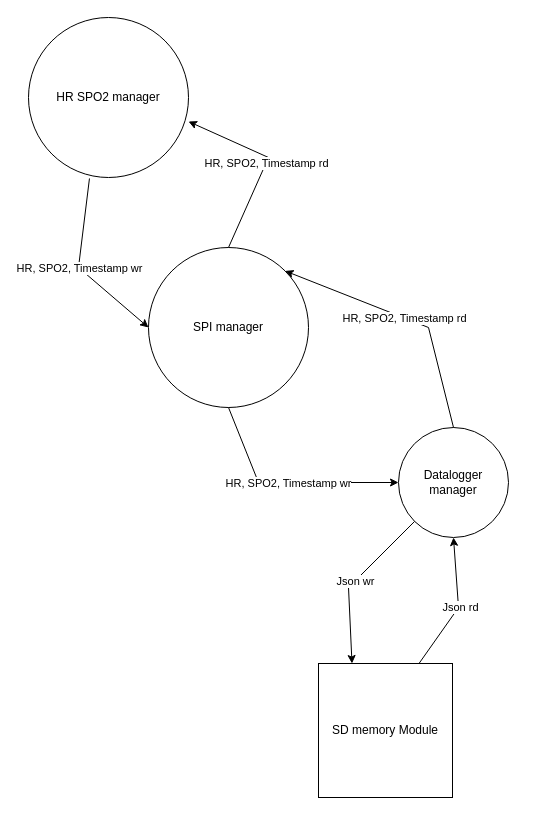
This is page "Level 2 - Datalogging" (4 of 5) of diagrams/PPG signal processing device STM32F411RE.drawio.xml from Tonyb94/PPG-Signal-Processing, a draw.io file, before an edit. Source tidied: cells renumbered, new cells numbered last; positions are measured from the earlier drawing's top-left corner, leaving out a move shared by most shapes. Both pictures are drawn from the tidied source at 100%, with x=0, y=0 at pixel (28, 17).
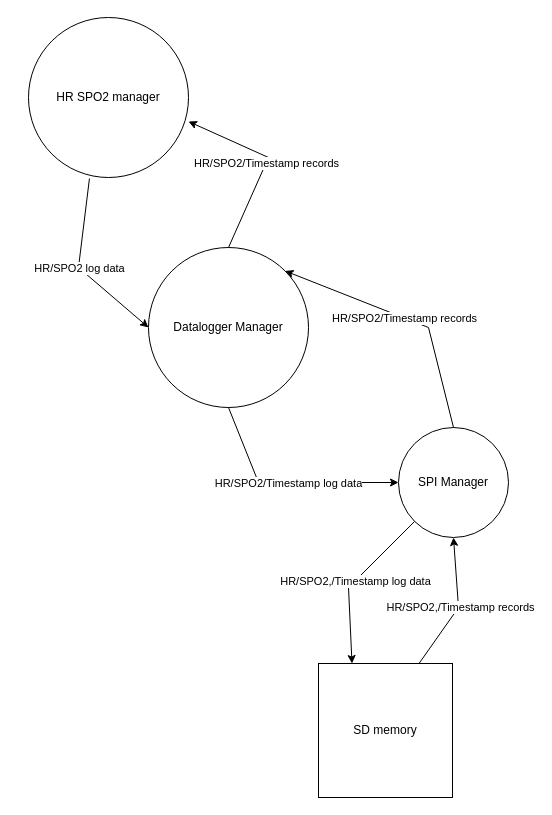
The same diagram, later.

The change refers to these unchanged cells:
```xml
<mxCell id="4" style="endArrow=classic;html=1;rounded=0;exitX=0.381;exitY=1.006;exitDx=0;exitDy=0;exitPerimeter=0;entryX=0;entryY=0.5;entryDx=0;entryDy=0;" parent="1" edge="1" source="2" target="3">
  <mxGeometry relative="1" as="geometry">
    <Array as="points">
      <mxPoint x="50" y="250" />
    </Array>
  </mxGeometry>
</mxCell>
<mxCell id="6" style="endArrow=classic;html=1;rounded=0;exitX=0.5;exitY=0;exitDx=0;exitDy=0;entryX=1;entryY=0.65;entryDx=0;entryDy=0;entryPerimeter=0;" parent="1" edge="1" source="3" target="2">
  <mxGeometry relative="1" as="geometry">
    <Array as="points">
      <mxPoint x="240" y="140" />
    </Array>
  </mxGeometry>
</mxCell>
<mxCell id="9" style="endArrow=classic;html=1;rounded=0;exitX=0.5;exitY=0;exitDx=0;exitDy=0;entryX=1;entryY=0;entryDx=0;entryDy=0;" parent="1" edge="1" source="8" target="3">
  <mxGeometry relative="1" as="geometry">
    <Array as="points">
      <mxPoint x="400" y="310" />
    </Array>
  </mxGeometry>
</mxCell>
<mxCell id="11" style="endArrow=classic;html=1;rounded=0;exitX=0.5;exitY=1;exitDx=0;exitDy=0;entryX=0;entryY=0.5;entryDx=0;entryDy=0;" parent="1" edge="1" source="3" target="8">
  <mxGeometry relative="1" as="geometry">
    <Array as="points">
      <mxPoint x="230" y="465" />
    </Array>
  </mxGeometry>
</mxCell>
<mxCell id="14" style="endArrow=classic;html=1;rounded=0;exitX=0;exitY=1;exitDx=0;exitDy=0;entryX=0.25;entryY=0;entryDx=0;entryDy=0;" parent="1" edge="1" source="8" target="13">
  <mxGeometry relative="1" as="geometry">
    <Array as="points">
      <mxPoint x="320" y="570" />
    </Array>
  </mxGeometry>
</mxCell>
<mxCell id="16" style="endArrow=classic;html=1;rounded=0;exitX=0.75;exitY=0;exitDx=0;exitDy=0;entryX=0.5;entryY=1;entryDx=0;entryDy=0;" parent="1" edge="1" source="13" target="8">
  <mxGeometry relative="1" as="geometry">
    <Array as="points">
      <mxPoint x="430" y="590" />
    </Array>
  </mxGeometry>
</mxCell>
```

Diff of the diagram source:
```diff
@@
-    <mxCell id="3" value="SPI manager" style="ellipse;whiteSpace=wrap;html=1;" parent="1" vertex="1">
+    <mxCell id="3" value="Datalogger Manager" style="ellipse;whiteSpace=wrap;html=1;" parent="1" vertex="1">
       <mxGeometry x="120" y="230" width="160" height="160" as="geometry" />
     </mxCell>
@@
-    <mxCell id="5" value="HR, SPO2, Timestamp wr" style="edgeLabel;html=1;align=center;verticalAlign=middle;" parent="4" vertex="1">
+    <mxCell id="5" value="HR/SPO2 log data" style="edgeLabel;html=1;align=center;verticalAlign=middle;" parent="4" vertex="1">
       <mxGeometry relative="1" as="geometry" />
     </mxCell>
@@
-    <mxCell id="7" value="HR, SPO2, Timestamp rd" style="edgeLabel;html=1;align=center;verticalAlign=middle;" parent="6" vertex="1">
+    <mxCell id="7" value="HR/SPO2/Timestamp&amp;nbsp;records" style="edgeLabel;html=1;align=center;verticalAlign=middle;" parent="6" vertex="1">
       <mxGeometry relative="1" as="geometry" />
     </mxCell>
-    <mxCell id="8" value="Datalogger manager" style="ellipse;whiteSpace=wrap;html=1;" parent="1" vertex="1">
+    <mxCell id="8" value="SPI Manager" style="ellipse;whiteSpace=wrap;html=1;" parent="1" vertex="1">
       <mxGeometry x="370" y="410" width="110" height="110" as="geometry" />
     </mxCell>
@@
-    <mxCell id="10" value="HR, SPO2, Timestamp rd" style="edgeLabel;html=1;align=center;verticalAlign=middle;" parent="9" vertex="1">
+    <mxCell id="10" value="HR/SPO2/Timestamp&amp;nbsp;records" style="edgeLabel;html=1;align=center;verticalAlign=middle;" parent="9" vertex="1">
       <mxGeometry relative="1" as="geometry" />
     </mxCell>
@@
-    <mxCell id="12" value="HR, SPO2, Timestamp wr" style="edgeLabel;html=1;align=center;verticalAlign=middle;" parent="11" vertex="1">
+    <mxCell id="12" value="HR/SPO2/Timestamp log data" style="edgeLabel;html=1;align=center;verticalAlign=middle;" parent="11" vertex="1">
       <mxGeometry relative="1" as="geometry" />
     </mxCell>
-    <mxCell id="13" value="SD memory Module" style="whiteSpace=wrap;html=1;" parent="1" vertex="1">
+    <mxCell id="13" value="SD memory" style="whiteSpace=wrap;html=1;" parent="1" vertex="1">
       <mxGeometry x="290" y="646" width="134" height="134" as="geometry" />
     </mxCell>
@@
-    <mxCell id="15" value="Json wr" style="edgeLabel;html=1;align=center;verticalAlign=middle;" parent="14" vertex="1">
+    <mxCell id="15" value="HR/SPO2,/Timestamp log data" style="edgeLabel;html=1;align=center;verticalAlign=middle;" parent="14" vertex="1">
       <mxGeometry relative="1" as="geometry" />
     </mxCell>
@@
-    <mxCell id="17" value="Json rd" style="edgeLabel;html=1;align=center;verticalAlign=middle;" parent="16" vertex="1">
+    <mxCell id="17" value="HR/SPO2,/Timestamp&amp;nbsp;records" style="edgeLabel;html=1;align=center;verticalAlign=middle;" parent="16" vertex="1">
       <mxGeometry relative="1" as="geometry">
         <mxPoint x="2" as="offset" />
       </mxGeometry>
     </mxCell>
```
